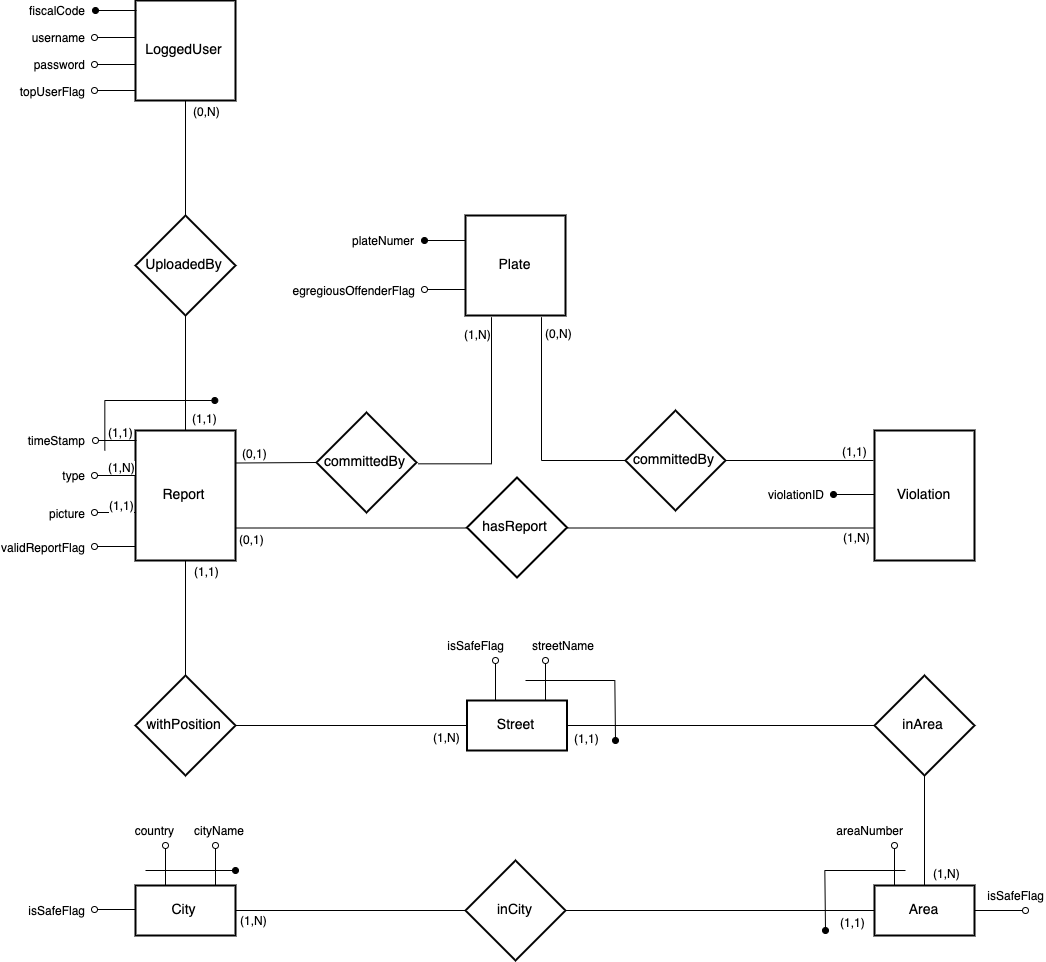
amecava/safestreets keeps this draw.io diagram as Releases/DD/img/diagrams/DBComponent.png. Above is the earlier version. Source tidied: cells renumbered, new cells last; positions are measured from the earlier drawing's top-left corner, leaving out a move shared by most shapes.
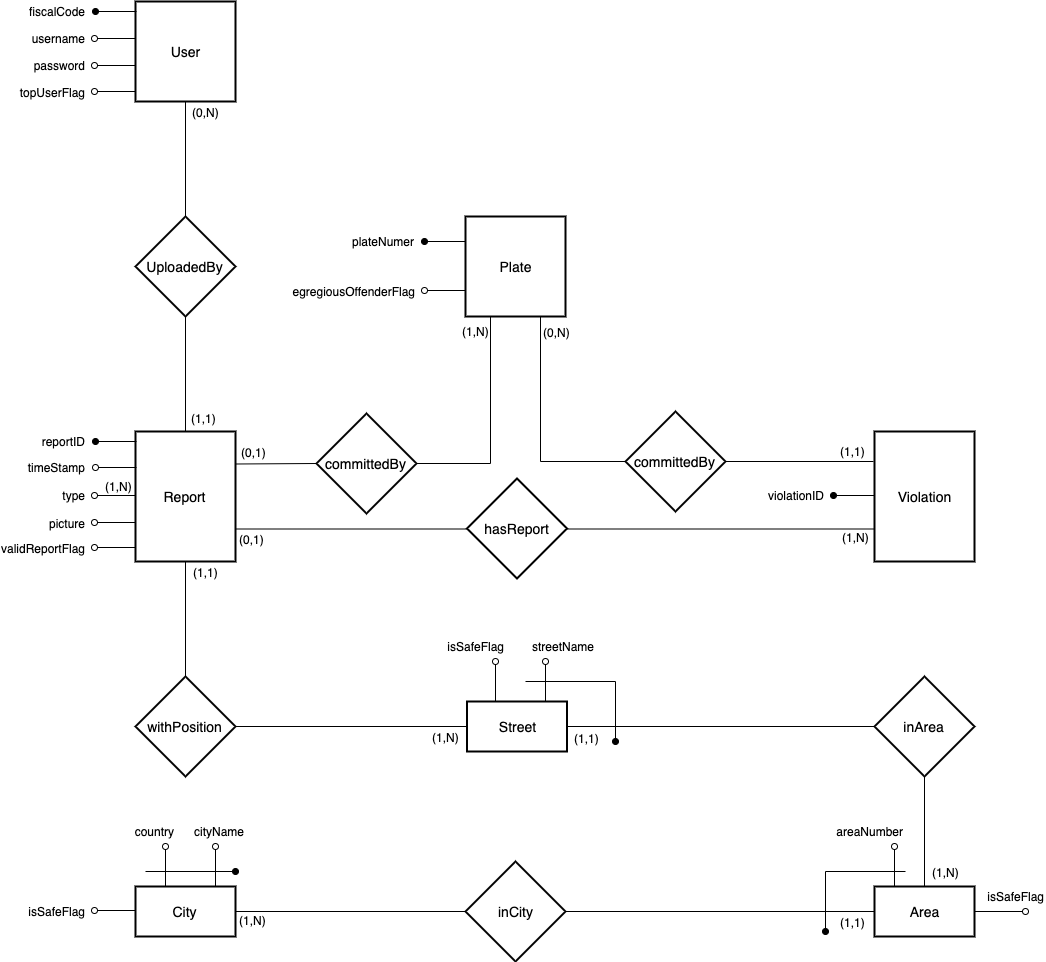
The same file after the commit.

Diff of the diagram source:
```diff
@@ -2,7 +2,7 @@
   <root>
     <mxCell id="0" />
     <mxCell id="1" parent="0" />
-    <mxCell id="2" value="LoggedUser" style="strokeWidth=2;whiteSpace=wrap;html=1;align=center;fontSize=14;" parent="1" vertex="1">
+    <mxCell id="2" value="User" style="strokeWidth=2;whiteSpace=wrap;html=1;align=center;fontSize=14;" parent="1" vertex="1">
       <mxGeometry x="89" width="100" height="100" as="geometry" />
     </mxCell>
     <mxCell id="3" style="endArrow=oval;html=1;endFill=1;" parent="1" edge="1">
@@ -46,22 +46,17 @@
     </mxCell>
     <mxCell id="12" style="endArrow=oval;html=1;endFill=0;" parent="1" edge="1">
       <mxGeometry relative="1" as="geometry">
-        <mxPoint x="90" y="440" as="sourcePoint" />
-        <mxPoint x="49" y="440" as="targetPoint" />
+        <mxPoint x="90" y="466" as="sourcePoint" />
+        <mxPoint x="49" y="466" as="targetPoint" />
       </mxGeometry>
     </mxCell>
-    <mxCell id="13" value="(1,1)" style="text;html=1;align=center;verticalAlign=middle;labelBackgroundColor=#ffffff;" parent="12" vertex="1">
-      <mxGeometry x="-0.22" y="-1" relative="1" as="geometry">
-        <mxPoint x="-1" y="-9" as="offset" />
-      </mxGeometry>
-    </mxCell>
     <mxCell id="14" value="timeStamp" style="text;html=1;strokeColor=none;fillColor=none;align=right;verticalAlign=middle;whiteSpace=wrap;rounded=0;" parent="1" vertex="1">
-      <mxGeometry y="430" width="40" height="20" as="geometry" />
+      <mxGeometry y="456" width="40" height="20" as="geometry" />
     </mxCell>
     <mxCell id="15" style="endArrow=oval;html=1;endFill=0;" parent="1" edge="1">
       <mxGeometry relative="1" as="geometry">
-        <mxPoint x="89" y="475" as="sourcePoint" />
-        <mxPoint x="48" y="475" as="targetPoint" />
+        <mxPoint x="89" y="494" as="sourcePoint" />
+        <mxPoint x="48" y="494" as="targetPoint" />
       </mxGeometry>
     </mxCell>
     <mxCell id="16" value="(1,N)" style="text;html=1;align=center;verticalAlign=middle;labelBackgroundColor=#ffffff;" parent="15" vertex="1">
@@ -71,20 +66,15 @@
     </mxCell>
     <mxCell id="17" style="endArrow=oval;html=1;endFill=0;" parent="1" edge="1">
       <mxGeometry relative="1" as="geometry">
-        <mxPoint x="89" y="512" as="sourcePoint" />
-        <mxPoint x="48" y="512" as="targetPoint" />
+        <mxPoint x="89" y="521" as="sourcePoint" />
+        <mxPoint x="48" y="521" as="targetPoint" />
       </mxGeometry>
     </mxCell>
-    <mxCell id="18" value="(1,1)" style="text;html=1;align=center;verticalAlign=middle;labelBackgroundColor=#ffffff;" parent="17" vertex="1">
-      <mxGeometry x="0.17" relative="1" as="geometry">
-        <mxPoint x="8" y="-9" as="offset" />
-      </mxGeometry>
-    </mxCell>
     <mxCell id="19" value="type" style="text;html=1;strokeColor=none;fillColor=none;align=right;verticalAlign=middle;whiteSpace=wrap;rounded=0;" parent="1" vertex="1">
-      <mxGeometry y="465" width="40" height="20" as="geometry" />
+      <mxGeometry y="484" width="40" height="20" as="geometry" />
     </mxCell>
     <mxCell id="20" value="picture" style="text;html=1;strokeColor=none;fillColor=none;align=right;verticalAlign=middle;whiteSpace=wrap;rounded=0;" parent="1" vertex="1">
-      <mxGeometry y="503" width="40" height="20" as="geometry" />
+      <mxGeometry y="512" width="40" height="20" as="geometry" />
     </mxCell>
     <mxCell id="21" value="UploadedBy" style="shape=rhombus;strokeWidth=2;fontSize=17;perimeter=rhombusPerimeter;whiteSpace=wrap;html=1;align=center;fontSize=14;" parent="1" vertex="1">
       <mxGeometry x="89" y="215" width="100" height="100" as="geometry" />
@@ -114,16 +104,6 @@
     <mxCell id="27" value="validReportFlag" style="text;html=1;strokeColor=none;fillColor=none;align=right;verticalAlign=middle;whiteSpace=wrap;rounded=0;" parent="1" vertex="1">
       <mxGeometry y="537" width="40" height="20" as="geometry" />
     </mxCell>
-    <mxCell id="28" style="endArrow=oval;html=1;edgeStyle=orthogonalEdgeStyle;endFill=1;rounded=0;" parent="1" edge="1">
-      <mxGeometry relative="1" as="geometry">
-        <mxPoint x="59" y="450" as="sourcePoint" />
-        <mxPoint x="169" y="400" as="targetPoint" />
-        <Array as="points">
-          <mxPoint x="59" y="450" />
-          <mxPoint x="59" y="400" />
-        </Array>
-      </mxGeometry>
-    </mxCell>
     <mxCell id="29" value="Violation" style="strokeWidth=2;whiteSpace=wrap;html=1;align=center;fontSize=14;" parent="1" vertex="1">
       <mxGeometry x="828" y="430" width="100" height="130" as="geometry" />
     </mxCell>
@@ -358,5 +338,14 @@
         <mxPoint x="779" y="930" as="targetPoint" />
       </mxGeometry>
     </mxCell>
+    <mxCell id="85" style="endArrow=oval;html=1;endFill=1;" parent="1" edge="1">
+      <mxGeometry relative="1" as="geometry">
+        <mxPoint x="90" y="440" as="sourcePoint" />
+        <mxPoint x="49" y="440" as="targetPoint" />
+      </mxGeometry>
+    </mxCell>
+    <mxCell id="86" value="reportID" style="text;html=1;strokeColor=none;fillColor=none;align=right;verticalAlign=middle;whiteSpace=wrap;rounded=0;" parent="1" vertex="1">
+      <mxGeometry y="430" width="40" height="20" as="geometry" />
+    </mxCell>
   </root>
 </mxGraphModel>
```
